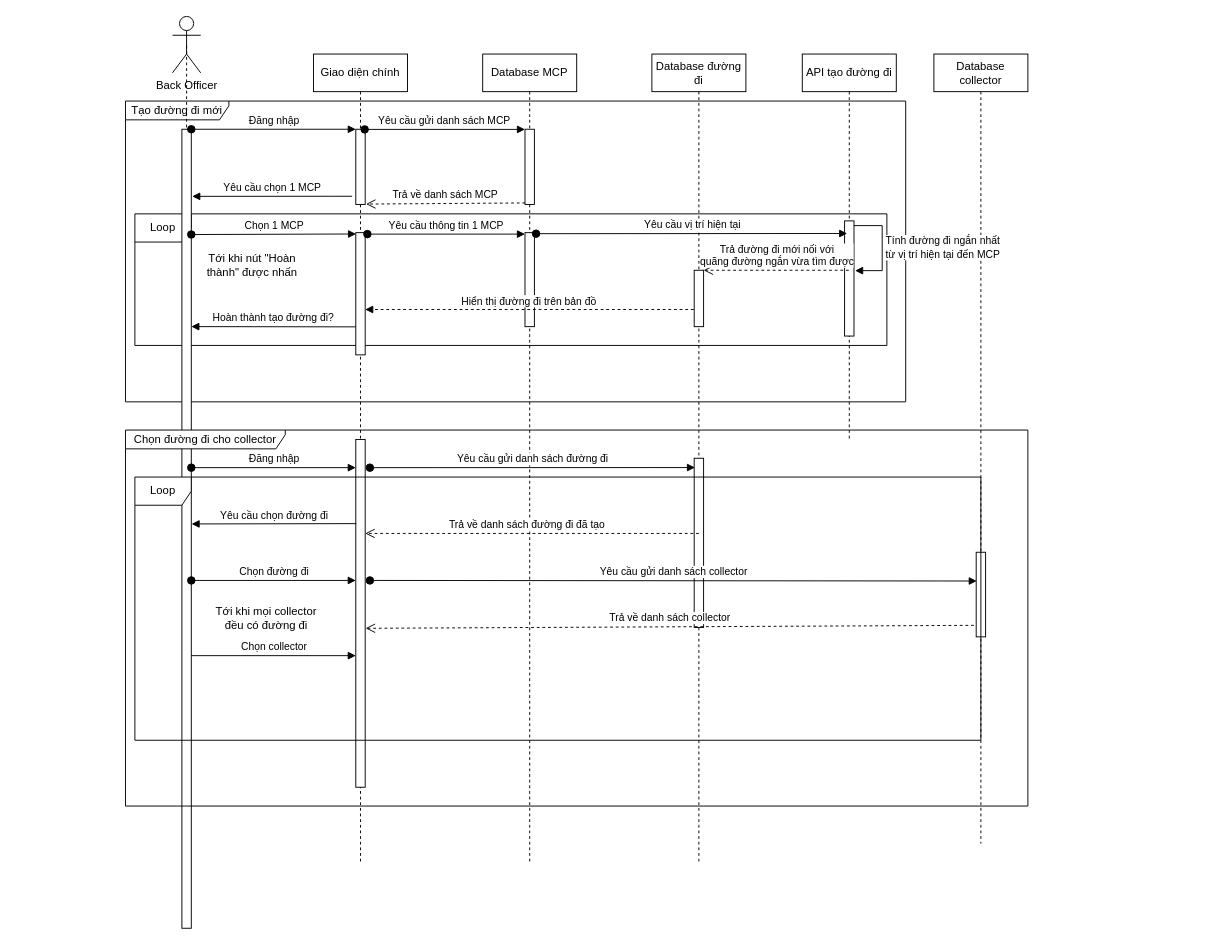
The draw.io diagram page "Task 2.2" (2 of 3) of task2.drawio in thuankhangho/btl-cnpm, before the edit. Source tidied: cells renumbered, new cells numbered last; positions are measured from the earlier drawing's top-left corner, leaving out a move shared by most shapes. Both pictures are drawn from the tidied source at 94%, with x=0, y=0 at pixel (125, 16).
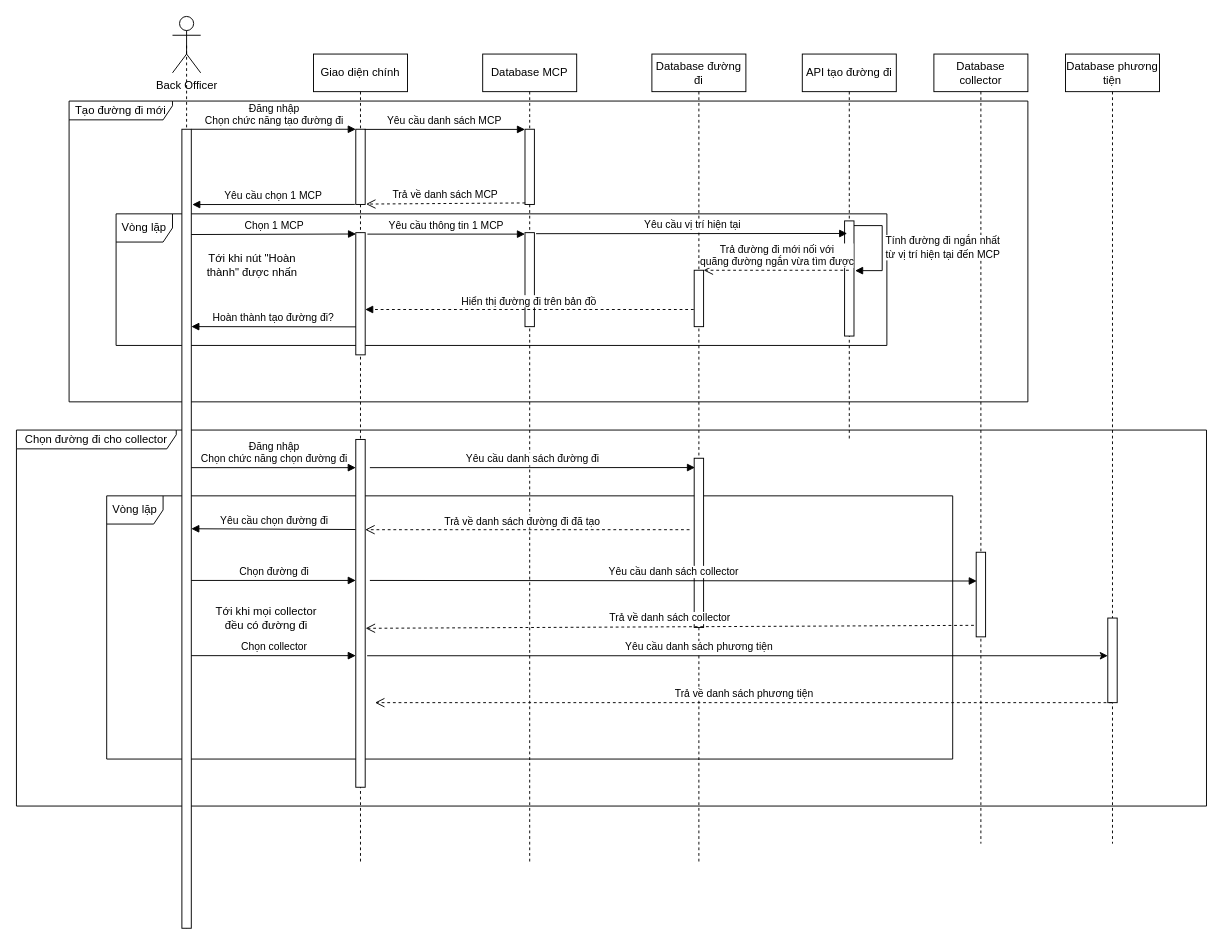
The same page after the edit.

Unchanged cells that the change refers to:
```xml
<mxCell id="5" style="rounded=0;whiteSpace=wrap;html=1;" parent="1" vertex="1">
  <mxGeometry x="60" y="120" width="10" height="850" as="geometry" />
</mxCell>
<mxCell id="6" value="Giao diện chính" style="shape=umlLifeline;perimeter=lifelinePerimeter;whiteSpace=wrap;html=1;" parent="1" vertex="1">
  <mxGeometry x="200" y="40" width="100" height="860" as="geometry" />
</mxCell>
<mxCell id="7" style="html=1;points=[];perimeter=orthogonalPerimeter;" parent="6" vertex="1">
  <mxGeometry x="45" y="190" width="10" height="130" as="geometry" />
</mxCell>
<mxCell id="8" style="html=1;points=[];perimeter=orthogonalPerimeter;" parent="6" vertex="1">
  <mxGeometry x="45" y="80" width="10" height="80" as="geometry" />
</mxCell>
<mxCell id="10" style="html=1;points=[];perimeter=orthogonalPerimeter;" parent="6" vertex="1">
  <mxGeometry x="45" y="410" width="10" height="370" as="geometry" />
</mxCell>
<mxCell id="13" style="html=1;points=[];perimeter=orthogonalPerimeter;" parent="12" vertex="1">
  <mxGeometry x="45" y="190" width="10" height="100" as="geometry" />
</mxCell>
<mxCell id="14" style="html=1;points=[];perimeter=orthogonalPerimeter;" parent="12" vertex="1">
  <mxGeometry x="45" y="80" width="10" height="80" as="geometry" />
</mxCell>
<mxCell id="22" style="html=1;points=[];perimeter=orthogonalPerimeter;" parent="21" vertex="1">
  <mxGeometry x="45" y="530" width="10" height="90" as="geometry" />
</mxCell>
<mxCell id="26" value="Database đường đi" style="shape=umlLifeline;perimeter=lifelinePerimeter;whiteSpace=wrap;html=1;" parent="1" vertex="1">
  <mxGeometry x="560" y="40" width="100" height="860" as="geometry" />
</mxCell>
<mxCell id="28" style="html=1;points=[];perimeter=orthogonalPerimeter;" parent="26" vertex="1">
  <mxGeometry x="45" y="430" width="10" height="180" as="geometry" />
</mxCell>
```

The edit, as a diff of the source:
```diff
@@
+    <mxCell id="43" value="Chọn đường đi cho collector" style="shape=umlFrame;whiteSpace=wrap;html=1;width=170;height=20;" parent="1" vertex="1">
+      <mxGeometry x="-116" y="440" width="1266" height="400" as="geometry" />
+    </mxCell>
+    <mxCell id="44" value="Database phương tiện" style="shape=umlLifeline;perimeter=lifelinePerimeter;whiteSpace=wrap;html=1;outlineConnect=0;" parent="1" vertex="1">
+      <mxGeometry x="1000" y="40" width="100" height="840" as="geometry" />
+    </mxCell>
+    <mxCell id="29" value="Vòng lặp" style="shape=umlFrame;whiteSpace=wrap;html=1;" parent="1" vertex="1">
+      <mxGeometry x="-20" y="510" width="900" height="280" as="geometry" />
+    </mxCell>
     <mxCell id="2" value="Tạo đường đi mới" style="shape=umlFrame;whiteSpace=wrap;html=1;width=110;height=20;" parent="1" vertex="1">
-      <mxGeometry y="90" width="830" height="320" as="geometry" />
+      <mxGeometry x="-60" y="90" width="1020" height="320" as="geometry" />
     </mxCell>
-    <mxCell id="3" value="Loop" style="shape=umlFrame;whiteSpace=wrap;html=1;" parent="1" vertex="1">
-      <mxGeometry x="10" y="210" width="800" height="140" as="geometry" />
+    <mxCell id="3" value="Vòng lặp" style="shape=umlFrame;whiteSpace=wrap;html=1;" parent="1" vertex="1">
+      <mxGeometry x="-10" y="210" width="820" height="140" as="geometry" />
     </mxCell>
@@
-    <mxCell id="9" value="Đăng nhập" style="html=1;verticalAlign=bottom;startArrow=oval;endArrow=block;startSize=8;exitX=1;exitY=0;exitDx=0;exitDy=0;" parent="6" edge="1">
+    <mxCell id="9" value="Đăng nhập&lt;br&gt;Chọn chức năng chọn đường đi" style="html=1;verticalAlign=bottom;startArrow=none;endArrow=block;startSize=8;exitX=1;exitY=0;exitDx=0;exitDy=0;startFill=0;" parent="6" edge="1">
       <mxGeometry relative="1" as="geometry">
         <mxPoint x="-130" y="440" as="sourcePoint" />
         <mxPoint x="45" y="440" as="targetPoint" />
       </mxGeometry>
     </mxCell>
@@
-    <mxCell id="11" value="Chọn đường đi" style="html=1;verticalAlign=bottom;startArrow=oval;endArrow=block;startSize=8;exitX=1;exitY=0;exitDx=0;exitDy=0;" parent="6" edge="1">
+    <mxCell id="11" value="Chọn đường đi" style="html=1;verticalAlign=bottom;startArrow=none;endArrow=block;startSize=8;exitX=1;exitY=0;exitDx=0;exitDy=0;startFill=0;" parent="6" edge="1">
       <mxGeometry relative="1" as="geometry">
         <mxPoint x="-130" y="560" as="sourcePoint" />
         <mxPoint x="45" y="560" as="targetPoint" />
       </mxGeometry>
     </mxCell>
@@
-    <mxCell id="16" value="Đăng nhập" style="html=1;verticalAlign=bottom;startArrow=oval;endArrow=block;startSize=8;exitX=1;exitY=0;exitDx=0;exitDy=0;" parent="1" edge="1" source="5" target="8">
+    <mxCell id="16" value="Đăng nhập&lt;br&gt;Chọn chức năng tạo đường đi" style="html=1;verticalAlign=bottom;startArrow=none;endArrow=block;startSize=8;exitX=1;exitY=0;exitDx=0;exitDy=0;startFill=0;" parent="1" edge="1" source="5" target="8">
       <mxGeometry relative="1" as="geometry" />
     </mxCell>
-    <mxCell id="17" value="Yêu cầu gửi danh sách MCP" style="html=1;verticalAlign=bottom;startArrow=oval;endArrow=block;startSize=8;exitX=0.945;exitY=0.002;exitDx=0;exitDy=0;exitPerimeter=0;" parent="1" edge="1" source="8" target="14">
+    <mxCell id="17" value="Yêu cầu danh sách MCP" style="html=1;verticalAlign=bottom;startArrow=none;endArrow=block;startSize=8;exitX=0.945;exitY=0.002;exitDx=0;exitDy=0;exitPerimeter=0;startFill=0;" parent="1" edge="1" source="8" target="14">
       <mxGeometry relative="1" as="geometry" />
     </mxCell>
@@
-    <mxCell id="19" value="Chọn 1 MCP" style="html=1;verticalAlign=bottom;startArrow=oval;endArrow=block;startSize=8;entryX=0.029;entryY=0.011;entryDx=0;entryDy=0;entryPerimeter=0;" parent="1" edge="1" target="7">
+    <mxCell id="19" value="Chọn 1 MCP" style="html=1;verticalAlign=bottom;startArrow=none;endArrow=block;startSize=8;entryX=0.029;entryY=0.011;entryDx=0;entryDy=0;entryPerimeter=0;startFill=0;" parent="1" edge="1" target="7">
       <mxGeometry relative="1" as="geometry">
         <mxPoint x="70" y="232" as="sourcePoint" />
       </mxGeometry>
     </mxCell>
-    <mxCell id="20" value="Yêu cầu thông tin 1 MCP" style="html=1;verticalAlign=bottom;startArrow=oval;endArrow=block;startSize=8;exitX=1.233;exitY=0.012;exitDx=0;exitDy=0;exitPerimeter=0;" parent="1" edge="1" source="7" target="13">
+    <mxCell id="20" value="Yêu cầu thông tin 1 MCP" style="html=1;verticalAlign=bottom;startArrow=none;endArrow=block;startSize=8;exitX=1.233;exitY=0.012;exitDx=0;exitDy=0;exitPerimeter=0;startFill=0;" parent="1" edge="1" source="7" target="13">
       <mxGeometry relative="1" as="geometry" />
     </mxCell>
@@
-    <mxCell id="29" value="Loop" style="shape=umlFrame;whiteSpace=wrap;html=1;" parent="26" vertex="1">
-      <mxGeometry x="-550" y="450" width="900" height="280" as="geometry" />
-    </mxCell>
     <mxCell id="30" value="Trả về danh sách đường đi đã tạo" style="html=1;verticalAlign=bottom;endArrow=open;dashed=1;endSize=8;" parent="26" edge="1">
       <mxGeometry x="0.03" relative="1" as="geometry">
-        <mxPoint x="50" y="510" as="sourcePoint" />
-        <mxPoint x="-305" y="510" as="targetPoint" />
+        <mxPoint x="40" y="506" as="sourcePoint" />
+        <mxPoint x="-305" y="506" as="targetPoint" />
       </mxGeometry>
     </mxCell>
-    <mxCell id="31" value="Yêu cầu vị trí hiện tại" style="html=1;verticalAlign=bottom;startArrow=oval;endArrow=block;startSize=8;exitX=1.178;exitY=0.011;exitDx=0;exitDy=0;exitPerimeter=0;entryX=0.076;entryY=0.009;entryDx=0;entryDy=0;entryPerimeter=0;" parent="1" edge="1" source="13">
+    <mxCell id="31" value="Yêu cầu vị trí hiện tại" style="html=1;verticalAlign=bottom;startArrow=none;endArrow=block;startSize=8;exitX=1.178;exitY=0.011;exitDx=0;exitDy=0;exitPerimeter=0;entryX=0.076;entryY=0.009;entryDx=0;entryDy=0;entryPerimeter=0;startFill=0;" parent="1" edge="1" source="13">
       <mxGeometry relative="1" as="geometry">
         <mxPoint x="767.8" y="230.9" as="targetPoint" />
       </mxGeometry>
     </mxCell>
@@
-    <mxCell id="34" value="Yêu cầu chọn 1 MCP" style="html=1;verticalAlign=bottom;endArrow=block;exitX=-0.385;exitY=0.891;exitDx=0;exitDy=0;exitPerimeter=0;entryX=1.099;entryY=0.084;entryDx=0;entryDy=0;entryPerimeter=0;" parent="1" edge="1" source="8" target="5">
-      <mxGeometry relative="1" as="geometry" />
+    <mxCell id="34" value="Yêu cầu chọn 1 MCP" style="html=1;verticalAlign=bottom;endArrow=block;entryX=0.108;entryY=0.344;entryDx=0;entryDy=0;entryPerimeter=0;" parent="1" edge="1">
+      <mxGeometry relative="1" as="geometry">
+        <mxPoint x="244" y="200" as="sourcePoint" />
+        <mxPoint x="71" y="200.1" as="targetPoint" />
+      </mxGeometry>
     </mxCell>
@@
-    <mxCell id="36" value="Yêu cầu gửi danh sách đường đi" style="html=1;verticalAlign=bottom;startArrow=oval;endArrow=block;startSize=8;exitX=0.945;exitY=0.002;exitDx=0;exitDy=0;exitPerimeter=0;entryX=0.086;entryY=0.055;entryDx=0;entryDy=0;entryPerimeter=0;" parent="1" edge="1" target="28">
+    <mxCell id="36" value="Yêu cầu danh sách đường đi" style="html=1;verticalAlign=bottom;startArrow=none;endArrow=block;startSize=8;exitX=0.945;exitY=0.002;exitDx=0;exitDy=0;exitPerimeter=0;entryX=0.086;entryY=0.055;entryDx=0;entryDy=0;entryPerimeter=0;startFill=0;" parent="1" edge="1" target="28">
       <mxGeometry relative="1" as="geometry">
         <mxPoint x="260" y="480" as="sourcePoint" />
       </mxGeometry>
     </mxCell>
-    <mxCell id="37" value="Yêu cầu gửi danh sách collector" style="html=1;verticalAlign=bottom;startArrow=oval;endArrow=block;startSize=8;exitX=0.945;exitY=0.002;exitDx=0;exitDy=0;exitPerimeter=0;entryX=0.065;entryY=0.34;entryDx=0;entryDy=0;entryPerimeter=0;" parent="1" edge="1" target="22">
+    <mxCell id="37" value="Yêu cầu danh sách collector" style="html=1;verticalAlign=bottom;startArrow=none;endArrow=block;startSize=8;exitX=0.945;exitY=0.002;exitDx=0;exitDy=0;exitPerimeter=0;entryX=0.065;entryY=0.34;entryDx=0;entryDy=0;entryPerimeter=0;startFill=0;" parent="1" edge="1" target="22">
       <mxGeometry relative="1" as="geometry">
         <mxPoint x="260" y="600" as="sourcePoint" />
       </mxGeometry>
     </mxCell>
-    <mxCell id="38" value="Yêu cầu chọn đường đi" style="html=1;verticalAlign=bottom;endArrow=block;exitX=0.058;exitY=0.242;exitDx=0;exitDy=0;exitPerimeter=0;entryX=1.031;entryY=0.494;entryDx=0;entryDy=0;entryPerimeter=0;" parent="1" edge="1" source="10" target="5">
+    <mxCell id="38" value="Yêu cầu chọn đường đi" style="html=1;verticalAlign=bottom;endArrow=block;entryX=1;entryY=0.5;entryDx=0;entryDy=0;exitX=-0.031;exitY=0.259;exitDx=0;exitDy=0;exitPerimeter=0;" parent="1" edge="1" source="10" target="5">
       <mxGeometry relative="1" as="geometry" />
     </mxCell>
@@
-    <mxCell id="43" value="Chọn đường đi cho collector" style="shape=umlFrame;whiteSpace=wrap;html=1;width=170;height=20;" parent="1" vertex="1">
-      <mxGeometry y="440" width="960" height="400" as="geometry" />
-    </mxCell>
+    <mxCell id="45" value="Yêu cầu danh sách phương tiện" style="html=1;verticalAlign=bottom;startArrow=none;endArrow=block;startSize=8;exitX=0.945;exitY=0.002;exitDx=0;exitDy=0;exitPerimeter=0;startFill=0;" parent="1" edge="1" source="46">
+      <mxGeometry x="1" y="-440" relative="1" as="geometry">
+        <mxPoint x="1050" y="680" as="targetPoint" />
+        <mxPoint x="-3" y="49" as="offset" />
+      </mxGeometry>
+    </mxCell>
+    <mxCell id="46" style="html=1;points=[];perimeter=orthogonalPerimeter;" parent="1" vertex="1">
+      <mxGeometry x="1045" y="640" width="10" height="90" as="geometry" />
+    </mxCell>
+    <mxCell id="47" style="html=1;verticalAlign=bottom;startArrow=none;endArrow=classic;startSize=8;exitX=0.945;exitY=0.002;exitDx=0;exitDy=0;exitPerimeter=0;startFill=0;endFill=1;" parent="1" edge="1" target="46">
+      <mxGeometry relative="1" as="geometry">
+        <mxPoint x="257.1" y="680.1" as="sourcePoint" />
+      </mxGeometry>
+    </mxCell>
+    <mxCell id="48" value="Trả về danh sách phương tiện" style="html=1;verticalAlign=bottom;endArrow=open;dashed=1;endSize=8;entryX=1.044;entryY=0.543;entryDx=0;entryDy=0;entryPerimeter=0;" parent="1" edge="1" source="44">
+      <mxGeometry relative="1" as="geometry">
+        <mxPoint x="265.4" y="730" as="targetPoint" />
+      </mxGeometry>
+    </mxCell>
```
